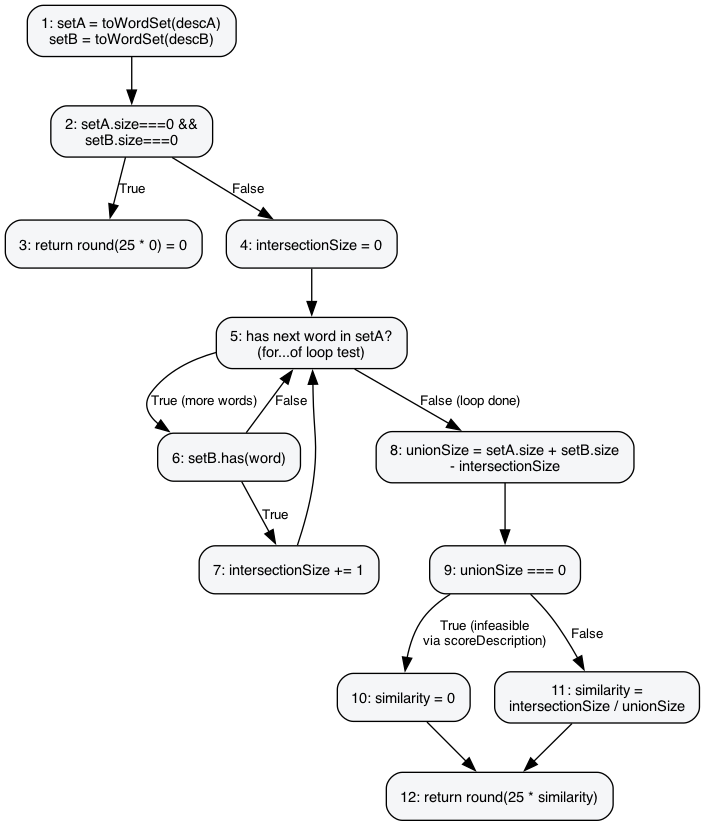
The Graphviz diagram report-assets/cfg/scoreDescription.png in Meili1407/Software-Testing-LostFound, before a commit. Its source is kept beside it as report-assets/cfg/scoreDescription.dot. Its diagram source:
```dot
digraph scoreDescription {
  rankdir=TB;
  node [shape=box, style="rounded,filled", fillcolor="#f5f6f8", fontname="Helvetica", fontsize=11, margin="0.15,0.1"];
  edge [fontname="Helvetica", fontsize=10];

  N1 [label="1: setA = toWordSet(descA)\nsetB = toWordSet(descB)"];
  N2 [label="2: setA.size===0 &&\nsetB.size===0"];
  N3 [label="3: return round(25 * 0) = 0"];
  N4 [label="4: intersectionSize = 0"];
  N5 [label="5: has next word in setA?\n(for...of loop test)"];
  N6 [label="6: setB.has(word)"];
  N7 [label="7: intersectionSize += 1"];
  N8 [label="8: unionSize = setA.size + setB.size\n- intersectionSize"];
  N9 [label="9: unionSize === 0"];
  N10 [label="10: similarity = 0"];
  N11 [label="11: similarity =\nintersectionSize / unionSize"];
  N12 [label="12: return round(25 * similarity)"];

  N1 -> N2;
  N2 -> N3 [label="True"];
  N2 -> N4 [label="False"];
  N4 -> N5;
  N5 -> N6 [label="True (more words)"];
  N6 -> N7 [label="True"];
  N6 -> N5 [label="False"];
  N7 -> N5;
  N5 -> N8 [label="False (loop done)"];
  N8 -> N9;
  N9 -> N10 [label="True (infeasible\nvia scoreDescription)"];
  N9 -> N11 [label="False"];
  N10 -> N12;
  N11 -> N12;
}
```
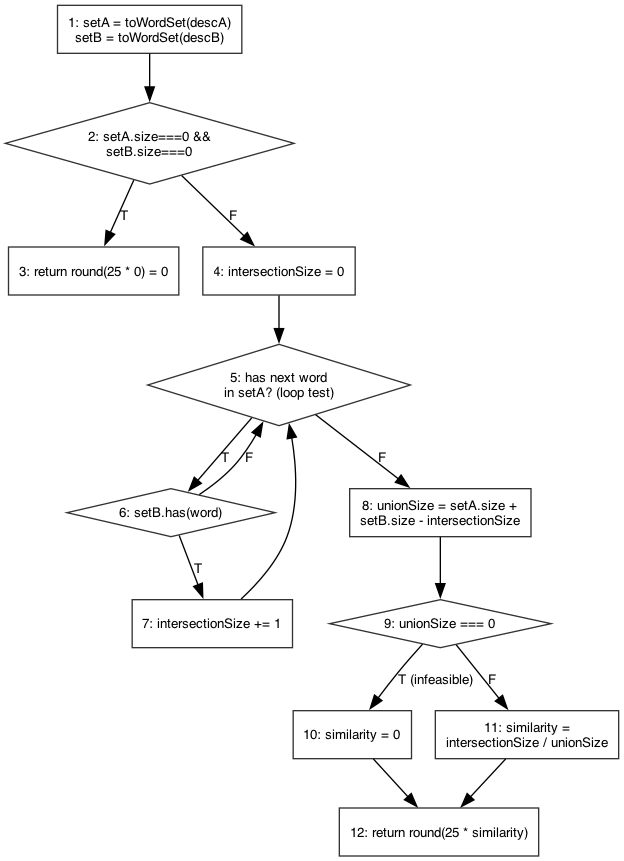
Above is the later version.

Change to the diagram source:
```diff
@@ -1,33 +1,33 @@
 digraph scoreDescription {
   rankdir=TB;
-  node [shape=box, style="rounded,filled", fillcolor="#f5f6f8", fontname="Helvetica", fontsize=11, margin="0.15,0.1"];
+  node [shape=box, fontname="Helvetica", fontsize=10, color="#333333"];
   edge [fontname="Helvetica", fontsize=10];
 
   N1 [label="1: setA = toWordSet(descA)\nsetB = toWordSet(descB)"];
-  N2 [label="2: setA.size===0 &&\nsetB.size===0"];
+  N2 [shape=diamond, label="2: setA.size===0 &&\nsetB.size===0"];
   N3 [label="3: return round(25 * 0) = 0"];
   N4 [label="4: intersectionSize = 0"];
-  N5 [label="5: has next word in setA?\n(for...of loop test)"];
-  N6 [label="6: setB.has(word)"];
+  N5 [shape=diamond, label="5: has next word\nin setA? (loop test)"];
+  N6 [shape=diamond, label="6: setB.has(word)"];
   N7 [label="7: intersectionSize += 1"];
-  N8 [label="8: unionSize = setA.size + setB.size\n- intersectionSize"];
-  N9 [label="9: unionSize === 0"];
+  N8 [label="8: unionSize = setA.size +\nsetB.size - intersectionSize"];
+  N9 [shape=diamond, label="9: unionSize === 0"];
   N10 [label="10: similarity = 0"];
   N11 [label="11: similarity =\nintersectionSize / unionSize"];
   N12 [label="12: return round(25 * similarity)"];
 
   N1 -> N2;
-  N2 -> N3 [label="True"];
-  N2 -> N4 [label="False"];
+  N2 -> N3 [label="T"];
+  N2 -> N4 [label="F"];
   N4 -> N5;
-  N5 -> N6 [label="True (more words)"];
-  N6 -> N7 [label="True"];
-  N6 -> N5 [label="False"];
+  N5 -> N6 [label="T"];
+  N6 -> N7 [label="T"];
+  N6 -> N5 [label="F"];
   N7 -> N5;
-  N5 -> N8 [label="False (loop done)"];
+  N5 -> N8 [label="F"];
   N8 -> N9;
-  N9 -> N10 [label="True (infeasible\nvia scoreDescription)"];
-  N9 -> N11 [label="False"];
+  N9 -> N10 [label="T (infeasible)"];
+  N9 -> N11 [label="F"];
   N10 -> N12;
   N11 -> N12;
 }
```
